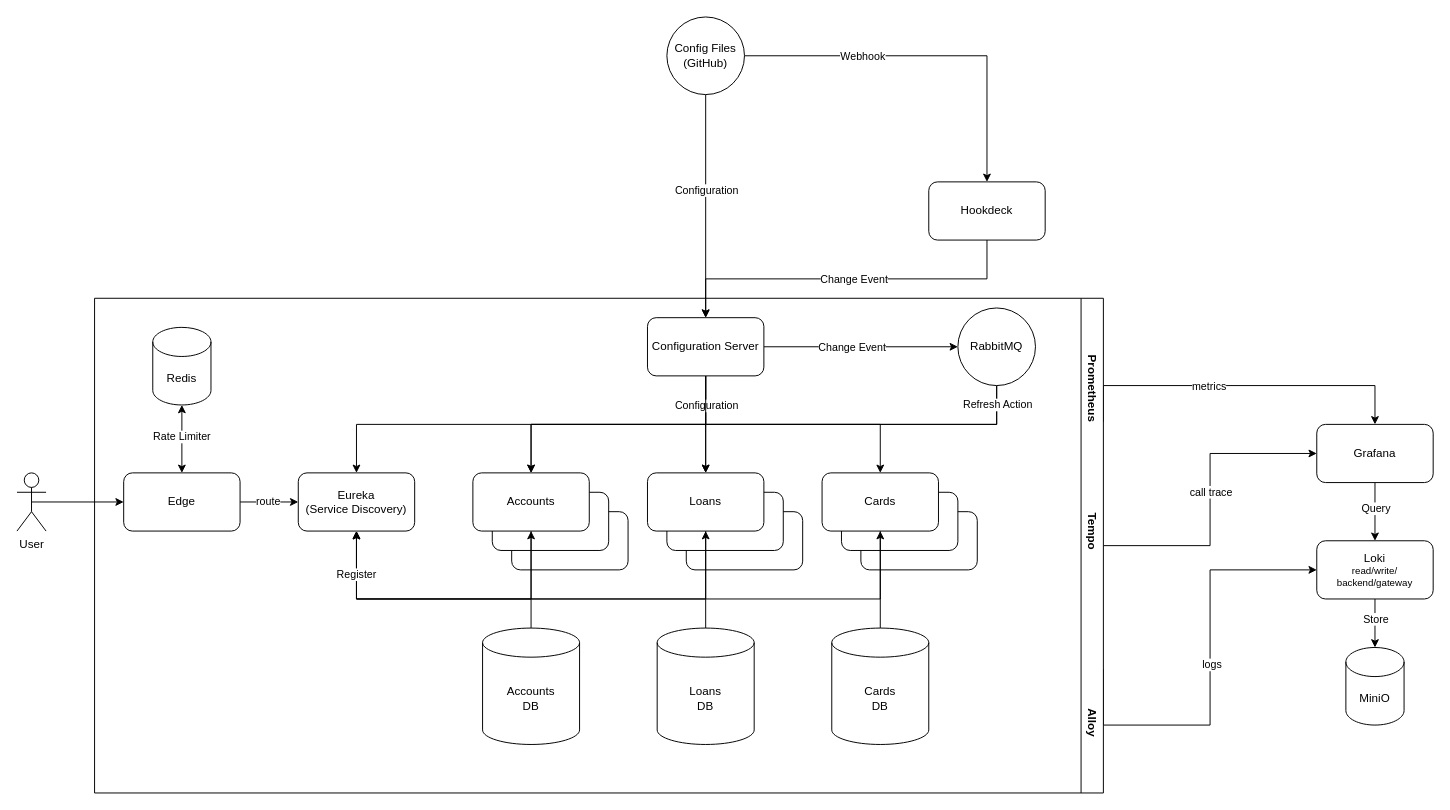
Earlier version of the draw.io diagram spring-microservices/architecture.drawio (vkondrav/spring-boot). Source tidied: cells renumbered, new cells numbered last; positions are measured from the earlier drawing's top-left corner, leaving out a move shared by most shapes. Both pictures are drawn from the tidied source at 97%, with x=0, y=0 at pixel (16, 16).
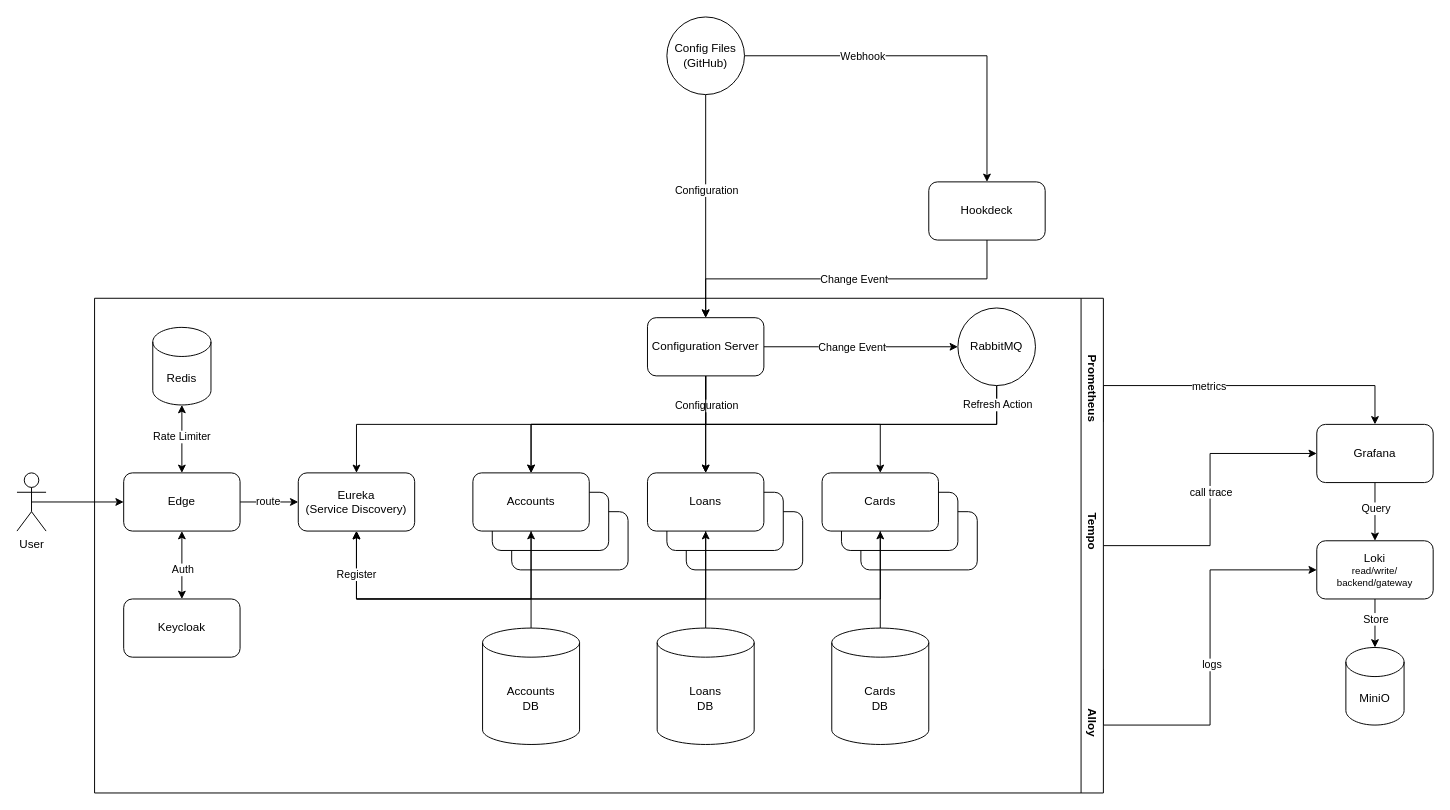
Above is the later version.

Commit message (it also covers changes not shown here):
keycloak + auth

Unchanged cells that the change refers to:
```xml
<mxCell id="44" value="Edge" style="rounded=1;whiteSpace=wrap;html=1;" parent="1" vertex="1">
  <mxGeometry x="110" y="470" width="120" height="60" as="geometry" />
</mxCell>
<mxCell id="63" value="Prometheus&amp;nbsp; &amp;nbsp; &amp;nbsp; &amp;nbsp; &amp;nbsp; &amp;nbsp; &amp;nbsp; &amp;nbsp; &amp;nbsp; &amp;nbsp; &amp;nbsp; &amp;nbsp; &amp;nbsp; &amp;nbsp; Tempo&amp;nbsp; &amp;nbsp; &amp;nbsp; &amp;nbsp; &amp;nbsp; &amp;nbsp; &amp;nbsp; &amp;nbsp; &amp;nbsp; &amp;nbsp; &amp;nbsp; &amp;nbsp; &amp;nbsp; &amp;nbsp; &amp;nbsp; &amp;nbsp; &amp;nbsp; &amp;nbsp; &amp;nbsp; &amp;nbsp; &amp;nbsp; &amp;nbsp; &amp;nbsp; &amp;nbsp; &amp;nbsp;Alloy" style="swimlane;horizontal=0;whiteSpace=wrap;html=1;rotation=-180;" parent="1" vertex="1">
  <mxGeometry x="80" y="290" width="1040" height="510" as="geometry" />
</mxCell>
```

What changed in the source:
```diff
@@
+    <mxCell id="64" style="edgeStyle=orthogonalEdgeStyle;rounded=0;jettySize=auto;html=1;exitX=0.5;exitY=1;exitDx=0;exitDy=0;entryX=0.5;entryY=0;entryDx=0;entryDy=0;startArrow=classic;startFill=1;" parent="1" edge="1" source="44" target="66">
+      <mxGeometry relative="1" as="geometry" />
+    </mxCell>
+    <mxCell id="65" value="Auth" style="edgeLabel;html=1;align=center;verticalAlign=middle;" parent="64" vertex="1">
+      <mxGeometry x="0.12" relative="1" as="geometry" />
+    </mxCell>
@@
+    <mxCell id="66" value="Keycloak" style="rounded=1;whiteSpace=wrap;html=1;" parent="63" vertex="1">
+      <mxGeometry x="30" y="310" width="120" height="60" as="geometry" />
+    </mxCell>
```
